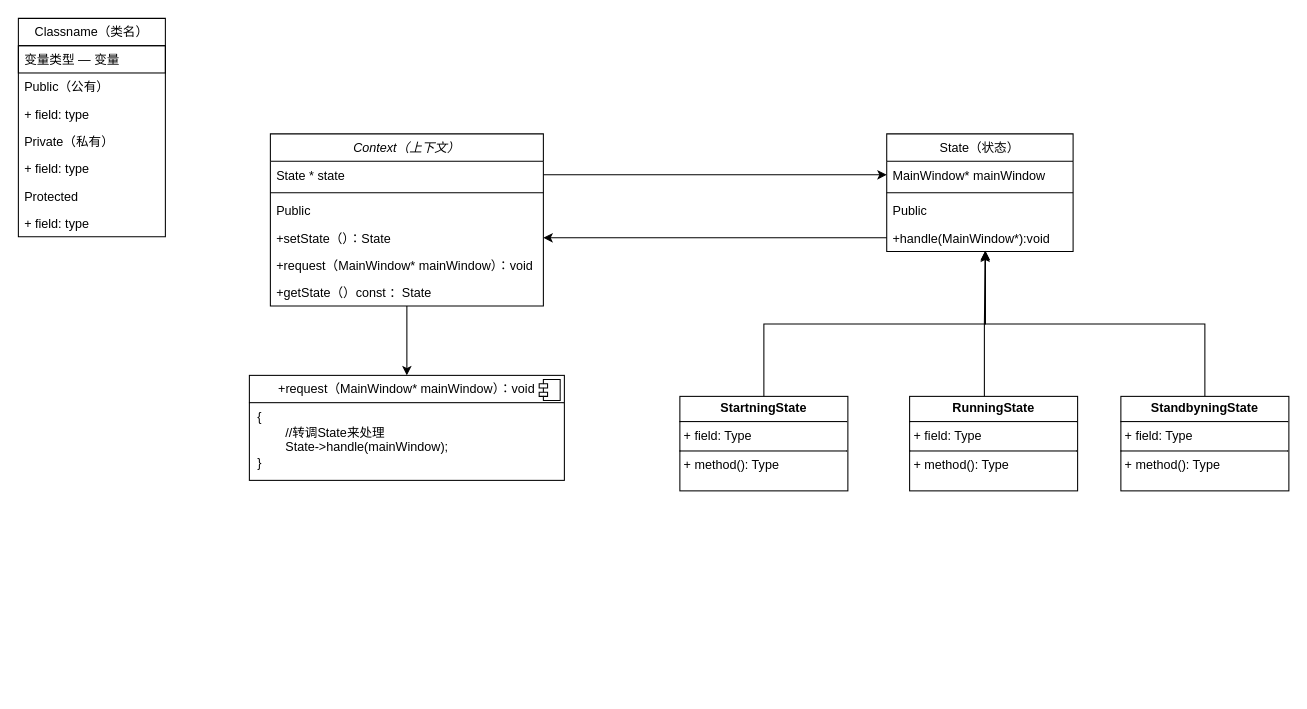
1bailan/Car-machine-system keeps this draw.io diagram as CarMachineSystemClass.drawio. Above is the earlier version. Source tidied: cells renumbered, new cells numbered last; positions are measured from the earlier drawing's top-left corner, leaving out a move shared by most shapes. Both pictures are drawn from the tidied source at 105%, with x=0, y=0 at pixel (18, 18).
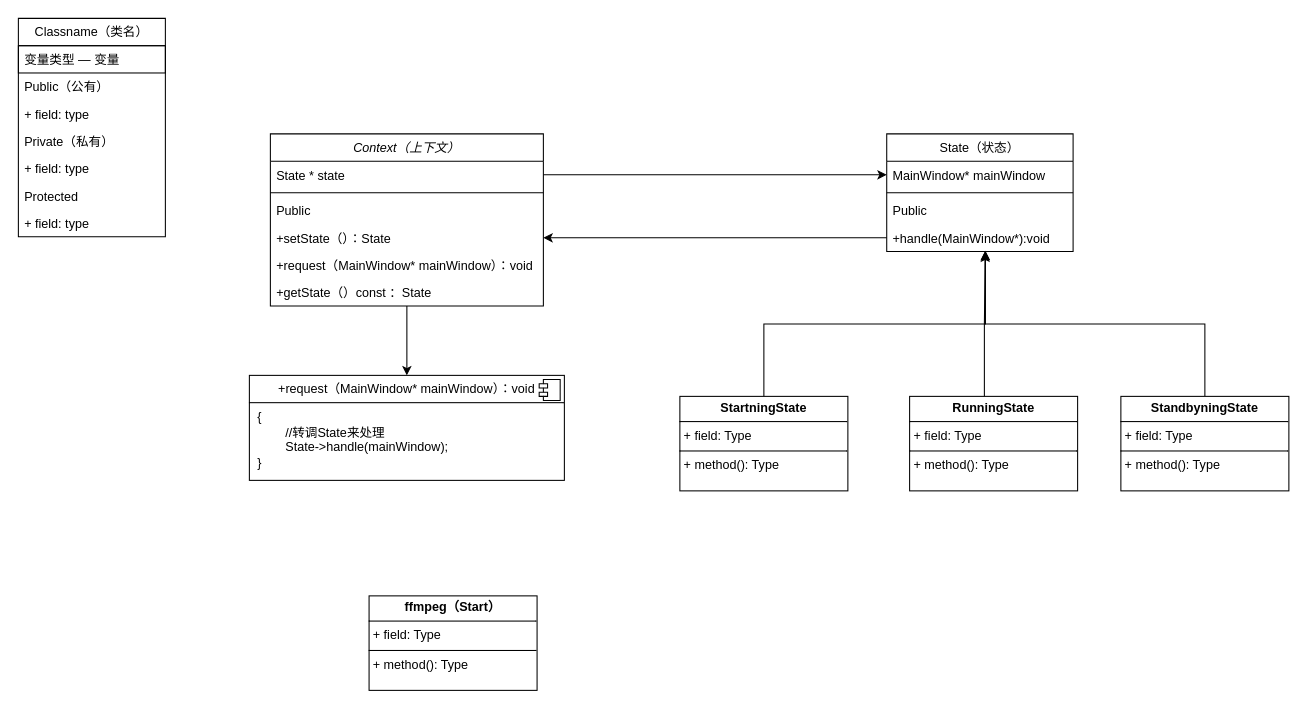
After the change.

Diff of the diagram source:
```diff
@@
+    <mxCell id="33" value="&lt;p style=&quot;margin:0px;margin-top:4px;text-align:center;&quot;&gt;&lt;b&gt;ffmpeg（Start）&lt;/b&gt;&lt;/p&gt;&lt;hr size=&quot;1&quot; style=&quot;border-style:solid;&quot;&gt;&lt;p style=&quot;margin:0px;margin-left:4px;&quot;&gt;+ field: Type&lt;/p&gt;&lt;hr size=&quot;1&quot; style=&quot;border-style:solid;&quot;&gt;&lt;p style=&quot;margin:0px;margin-left:4px;&quot;&gt;+ method(): Type&lt;/p&gt;" style="verticalAlign=top;align=left;overflow=fill;html=1;whiteSpace=wrap;" parent="1" vertex="1">
+      <mxGeometry x="334" y="550" width="160" height="90" as="geometry" />
+    </mxCell>
```
